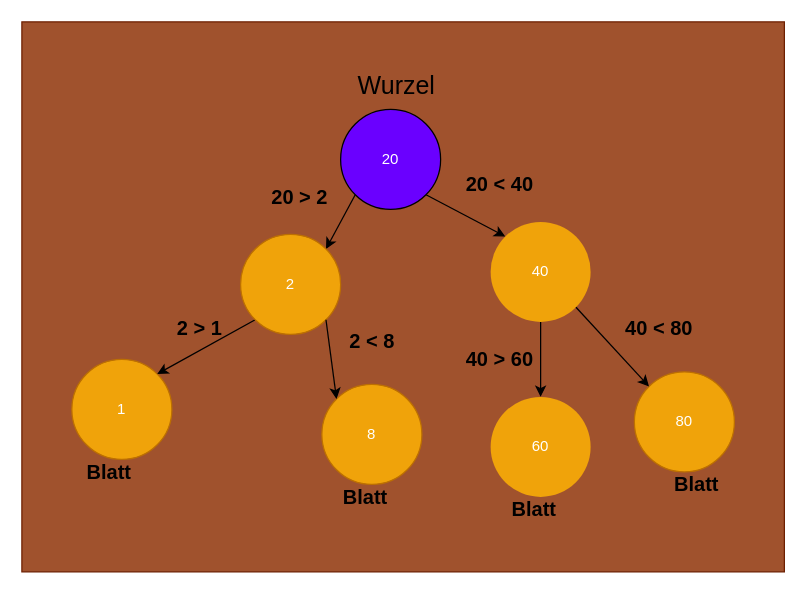
The draw.io diagram BinärerBaum.drawio in BoolPurist/Tutorium_Summer_2021_Prog2, before the edit. Source tidied: cells renumbered, new cells numbered last; positions are measured from the earlier drawing's top-left corner, leaving out a move shared by most shapes. Both pictures are drawn from the tidied source at 125%, with x=0, y=0 at pixel (21, 21).
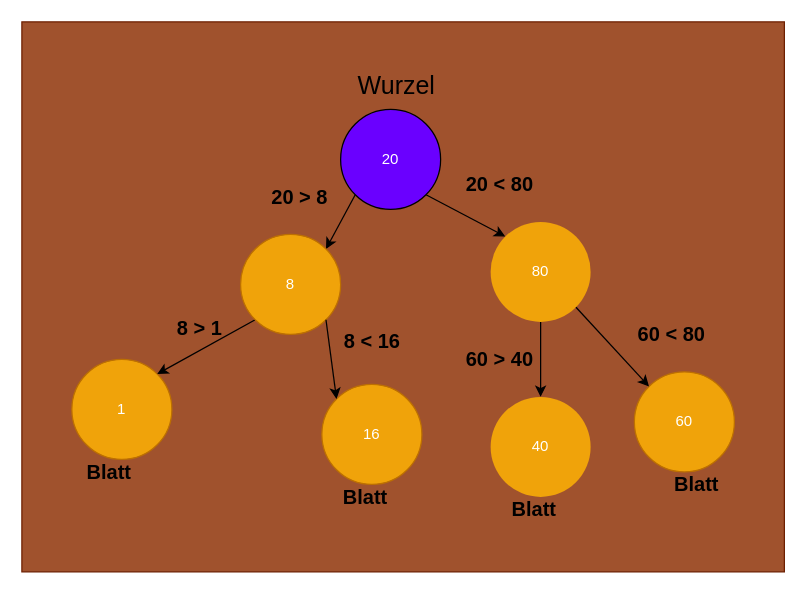
The same page after the edit.

Commit message:
Corrected binary tree diagramm. Smaller elements are now on the left side and the bigger elements are on the right side Binary follows now usual practice for unbalanced binary tree.

What changed in the source:
```diff
@@
-    <mxCell id="3" value="40" style="ellipse;whiteSpace=wrap;html=1;fontColor=#ffffff;fillColor=#F0A30A;strokeColor=none;" parent="1" vertex="1">
+    <mxCell id="3" value="80" style="ellipse;whiteSpace=wrap;html=1;fontColor=#ffffff;fillColor=#F0A30A;strokeColor=none;" parent="1" vertex="1">
       <mxGeometry x="375" y="160" width="80" height="80" as="geometry" />
     </mxCell>
@@
-    <mxCell id="9" value="2" style="ellipse;whiteSpace=wrap;html=1;fillColor=#f0a30a;strokeColor=#BD7000;fontColor=#ffffff;" parent="1" vertex="1">
+    <mxCell id="9" value="8" style="ellipse;whiteSpace=wrap;html=1;fillColor=#f0a30a;strokeColor=#BD7000;fontColor=#ffffff;" parent="1" vertex="1">
       <mxGeometry x="175" y="170" width="80" height="80" as="geometry" />
     </mxCell>
-    <mxCell id="10" value="8" style="ellipse;whiteSpace=wrap;html=1;fillColor=#f0a30a;strokeColor=#BD7000;fontColor=#ffffff;" parent="1" vertex="1">
+    <mxCell id="10" value="16" style="ellipse;whiteSpace=wrap;html=1;fillColor=#f0a30a;strokeColor=#BD7000;fontColor=#ffffff;" parent="1" vertex="1">
       <mxGeometry x="240" y="290" width="80" height="80" as="geometry" />
     </mxCell>
@@
-    <mxCell id="12" value="80" style="ellipse;whiteSpace=wrap;html=1;fillColor=#f0a30a;strokeColor=#BD7000;fontColor=#ffffff;" parent="1" vertex="1">
+    <mxCell id="12" value="60" style="ellipse;whiteSpace=wrap;html=1;fillColor=#f0a30a;strokeColor=#BD7000;fontColor=#ffffff;" parent="1" vertex="1">
       <mxGeometry x="490" y="280" width="80" height="80" as="geometry" />
     </mxCell>
@@
-    <mxCell id="14" value="60" style="ellipse;whiteSpace=wrap;html=1;fontColor=#ffffff;fillColor=#F0A30A;strokeColor=none;" parent="1" vertex="1">
+    <mxCell id="14" value="40" style="ellipse;whiteSpace=wrap;html=1;fontColor=#ffffff;fillColor=#F0A30A;strokeColor=none;" parent="1" vertex="1">
       <mxGeometry x="375" y="300" width="80" height="80" as="geometry" />
     </mxCell>
@@
-    <mxCell id="16" value="&lt;b&gt;40 &amp;gt; 60&lt;/b&gt;" style="text;html=1;strokeColor=none;fillColor=none;align=center;verticalAlign=middle;whiteSpace=wrap;rounded=0;fontSize=16;" parent="1" vertex="1">
+    <mxCell id="16" value="&lt;b&gt;60 &amp;gt; 40&lt;/b&gt;" style="text;html=1;strokeColor=none;fillColor=none;align=center;verticalAlign=middle;whiteSpace=wrap;rounded=0;fontSize=16;" parent="1" vertex="1">
       <mxGeometry x="350" y="260" width="65" height="20" as="geometry" />
     </mxCell>
-    <mxCell id="17" value="&lt;b&gt;2 &amp;lt; 8&lt;/b&gt;" style="text;html=1;strokeColor=none;fillColor=none;align=center;verticalAlign=middle;whiteSpace=wrap;rounded=0;fontSize=16;" parent="1" vertex="1">
+    <mxCell id="17" value="&lt;b&gt;8 &amp;lt; 16&lt;/b&gt;" style="text;html=1;strokeColor=none;fillColor=none;align=center;verticalAlign=middle;whiteSpace=wrap;rounded=0;fontSize=16;" parent="1" vertex="1">
       <mxGeometry x="247.5" y="245" width="65" height="20" as="geometry" />
     </mxCell>
-    <mxCell id="18" value="&lt;b&gt;2 &amp;gt; 1&lt;/b&gt;" style="text;html=1;strokeColor=none;fillColor=none;align=center;verticalAlign=middle;whiteSpace=wrap;rounded=0;fontSize=16;" parent="1" vertex="1">
+    <mxCell id="18" value="&lt;b&gt;8 &amp;gt; 1&lt;/b&gt;" style="text;html=1;strokeColor=none;fillColor=none;align=center;verticalAlign=middle;whiteSpace=wrap;rounded=0;fontSize=16;" parent="1" vertex="1">
       <mxGeometry x="110" y="235" width="65" height="20" as="geometry" />
     </mxCell>
-    <mxCell id="19" value="&lt;b&gt;20 &amp;gt; 2&lt;/b&gt;" style="text;html=1;strokeColor=none;fillColor=none;align=center;verticalAlign=middle;whiteSpace=wrap;rounded=0;fontSize=16;" parent="1" vertex="1">
+    <mxCell id="19" value="&lt;b&gt;20 &amp;gt; 8&lt;/b&gt;" style="text;html=1;strokeColor=none;fillColor=none;align=center;verticalAlign=middle;whiteSpace=wrap;rounded=0;fontSize=16;" parent="1" vertex="1">
       <mxGeometry x="190" y="130" width="65" height="20" as="geometry" />
     </mxCell>
-    <mxCell id="20" value="&lt;b&gt;20 &amp;lt; 40&lt;/b&gt;" style="text;html=1;strokeColor=none;fillColor=none;align=center;verticalAlign=middle;whiteSpace=wrap;rounded=0;fontSize=16;" parent="1" vertex="1">
+    <mxCell id="20" value="&lt;b&gt;20 &amp;lt; 80&lt;/b&gt;" style="text;html=1;strokeColor=none;fillColor=none;align=center;verticalAlign=middle;whiteSpace=wrap;rounded=0;fontSize=16;" parent="1" vertex="1">
       <mxGeometry x="350" y="120" width="65" height="20" as="geometry" />
     </mxCell>
@@
-    <mxCell id="26" value="&lt;b style=&quot;font-size: 16px ; font-family: &amp;#34;helvetica&amp;#34;&quot;&gt;40 &amp;lt; 80&lt;/b&gt;" style="text;html=1;strokeColor=none;fillColor=none;align=center;verticalAlign=middle;whiteSpace=wrap;rounded=0;" parent="1" vertex="1">
-      <mxGeometry x="480" y="235" width="60" height="20" as="geometry" />
+    <mxCell id="26" value="&lt;b style=&quot;font-size: 16px ; font-family: &amp;#34;helvetica&amp;#34;&quot;&gt;60 &amp;lt; 80&lt;/b&gt;" style="text;html=1;strokeColor=none;fillColor=none;align=center;verticalAlign=middle;whiteSpace=wrap;rounded=0;" parent="1" vertex="1">
+      <mxGeometry x="490" y="240" width="60" height="20" as="geometry" />
     </mxCell>
```
